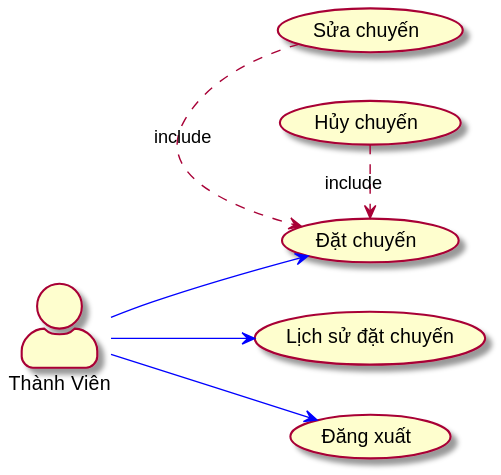
The PlantUML diagram Documents/working/Giap/usecases_and_flow_charts/user_usecases.svg in tungdduy/funixCP, before a commit.
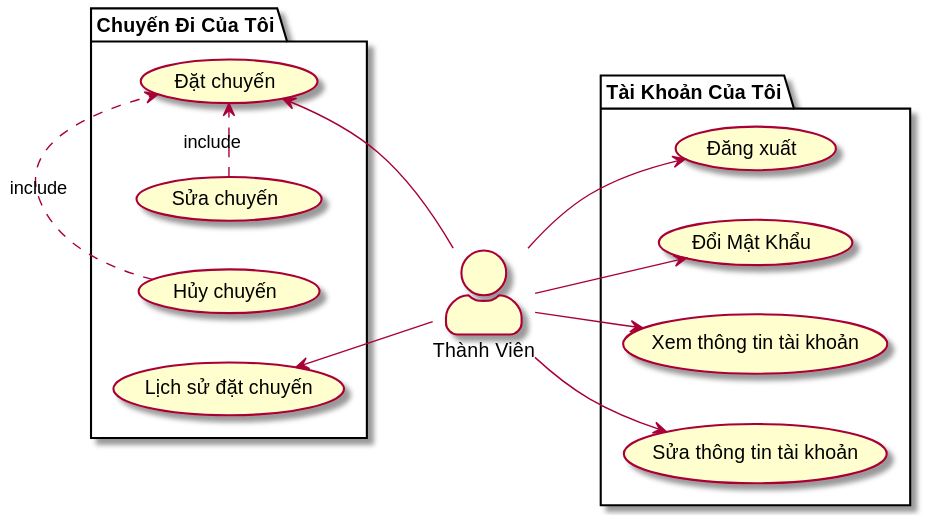
The same file after the commit.

Change to the diagram source:
```diff
@@ -3,15 +3,28 @@
 skinparam actorStyle awesome
 :Thành Viên: as u
 
-(Đặt chuyến) as (reserve_trip)
-(Hủy chuyến) as (cancel_trip)
-(Lịch sử đặt chuyến) as (trip_history)
-(Sửa chuyến) as (edit_trip)
+package "Chuyến Đi Của Tôi" {
+	(Hủy chuyến) as cancel_trip
+	(Sửa chuyến) as edit_trip
+	(Đặt chuyến) as reserve_trip
+	(Lịch sử đặt chuyến) as trip_history
+}
+
+(edit_trip) .> (reserve_trip) : include
+(cancel_trip) .> (reserve_trip) : include
+u -up-> reserve_trip
+u --> trip_history
 
 
-u --> (Đăng xuất)#blue
-u --> (reserve_trip) #blue
-u --> (trip_history)#blue
-(cancel_trip) .> (reserve_trip) : include
-(edit_trip) .> (reserve_trip) : include
+package "Tài Khoản Của Tôi" {
+	usecase "Đăng xuất" as log_out
+	usecase "Đổi Mật Khẩu" as change_password
+	usecase "Xem thông tin tài khoản" as view_acc_info
+	usecase "Sửa thông tin tài khoản" as update_acc_info
+}
+u --> log_out
+u --> change_password
+u --> view_acc_info
+u --> update_acc_info
+
 @enduml
```
